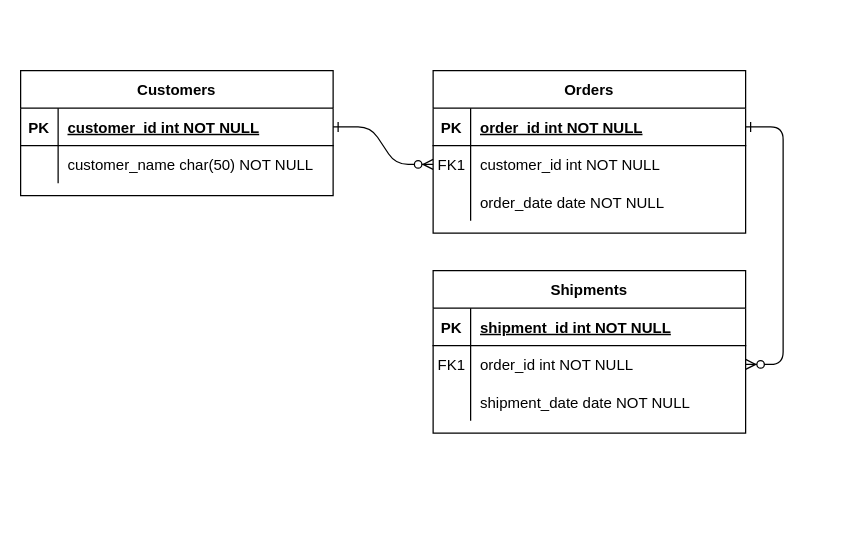
Earlier version of the draw.io diagram Movie Watchlist/Movies.drawio (shivkumar98/Shivs-Coding-Blog). Source tidied: cells renumbered, new cells numbered last; positions are measured from the earlier drawing's top-left corner, leaving out a move shared by most shapes. Both pictures are drawn from the tidied source at 125%, with x=0, y=0 at pixel (20, 70).
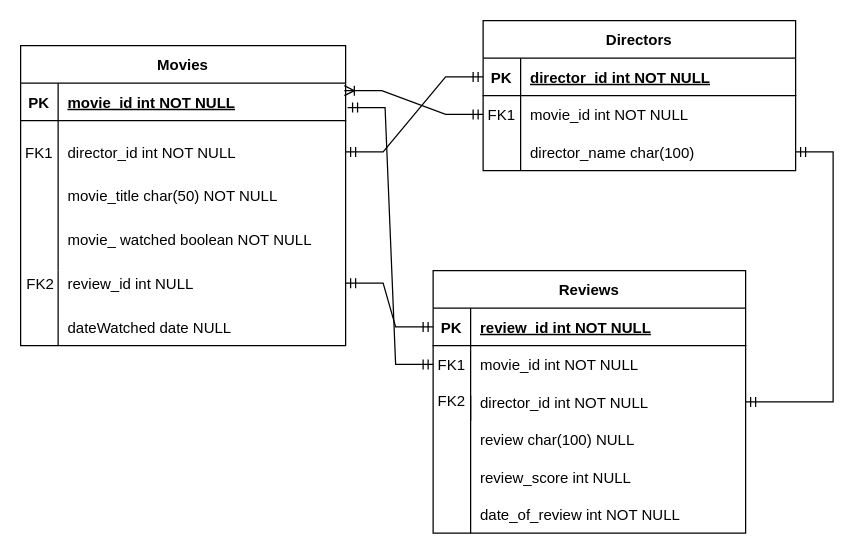
The same page after the edit.

Unchanged cells that the change refers to:
```xml
<mxCell id="5" style="shape=partialRectangle;fillColor=none;points=[[0,0.5],[1,0.5]];portConstraint=eastwest;top=0;left=0;right=0;bottom=1;" parent="4" vertex="1">
  <mxGeometry y="30" width="250" height="30" as="geometry" />
</mxCell>
<mxCell id="8" style="shape=partialRectangle;fillColor=none;points=[[0,0.5],[1,0.5]];portConstraint=eastwest;top=0;left=0;right=0;bottom=0;" parent="4" vertex="1">
  <mxGeometry y="60" width="250" height="30" as="geometry" />
</mxCell>
<mxCell id="11" style="shape=partialRectangle;fillColor=none;points=[[0,0.5],[1,0.5]];portConstraint=eastwest;top=0;left=0;right=0;bottom=0;" parent="4" vertex="1">
  <mxGeometry y="90" width="250" height="30" as="geometry" />
</mxCell>
<mxCell id="15" style="shape=partialRectangle;fillColor=none;points=[[0,0.5],[1,0.5]];portConstraint=eastwest;top=0;left=0;right=0;bottom=1;" parent="14" vertex="1">
  <mxGeometry y="30" width="250" height="30" as="geometry" />
</mxCell>
<mxCell id="18" style="shape=partialRectangle;fillColor=none;points=[[0,0.5],[1,0.5]];portConstraint=eastwest;top=0;left=0;right=0;bottom=0;" parent="14" vertex="1">
  <mxGeometry y="60" width="250" height="30" as="geometry" />
</mxCell>
<mxCell id="21" style="shape=partialRectangle;fillColor=none;points=[[0,0.5],[1,0.5]];portConstraint=eastwest;top=0;left=0;right=0;bottom=0;" parent="14" vertex="1">
  <mxGeometry y="90" width="250" height="30" as="geometry" />
</mxCell>
```

Change to the diagram source:
```diff
@@
-    <mxCell id="2" style="edgeStyle=entityRelationEdgeStyle;endArrow=ERzeroToMany;startArrow=ERone;endFill=1;startFill=0;" parent="1" edge="1" source="25" target="8">
-      <mxGeometry relative="1" as="geometry" />
-    </mxCell>
-    <mxCell id="3" style="edgeStyle=entityRelationEdgeStyle;endArrow=ERzeroToMany;startArrow=ERone;endFill=1;startFill=0;" parent="1" edge="1" source="5" target="18">
-      <mxGeometry relative="1" as="geometry" />
-    </mxCell>
-    <mxCell id="4" value="Orders" style="shape=table;startSize=30;childLayout=tableLayout;rowLines=0;fontStyle=1;align=center;" parent="1" vertex="1">
-      <mxGeometry x="330" width="250" height="130" as="geometry" />
+    <mxCell id="4" value="Directors" style="shape=table;startSize=30;childLayout=tableLayout;rowLines=0;fontStyle=1;align=center;" parent="1" vertex="1">
+      <mxGeometry x="370" y="-40" width="250" height="120" as="geometry" />
     </mxCell>
@@
-    <mxCell id="7" value="order_id int NOT NULL " style="shape=partialRectangle;overflow=hidden;fillColor=none;top=0;left=0;bottom=0;right=0;align=left;spacingLeft=6;fontStyle=5;" parent="5" vertex="1">
+    <mxCell id="7" value="director_id int NOT NULL " style="shape=partialRectangle;overflow=hidden;fillColor=none;top=0;left=0;bottom=0;right=0;align=left;spacingLeft=6;fontStyle=5;" parent="5" vertex="1">
       <mxGeometry x="30" width="220" height="30" as="geometry" />
     </mxCell>
@@
-    <mxCell id="10" value="customer_id int NOT NULL" style="shape=partialRectangle;overflow=hidden;fillColor=none;top=0;left=0;bottom=0;right=0;align=left;spacingLeft=6;" parent="8" vertex="1">
+    <mxCell id="10" value="movie_id int NOT NULL" style="shape=partialRectangle;overflow=hidden;fillColor=none;top=0;left=0;bottom=0;right=0;align=left;spacingLeft=6;" parent="8" vertex="1">
       <mxGeometry x="30" width="220" height="30" as="geometry" />
     </mxCell>
@@
-    <mxCell id="13" value="order_date date NOT NULL" style="shape=partialRectangle;overflow=hidden;fillColor=none;top=0;left=0;bottom=0;right=0;align=left;spacingLeft=6;" parent="11" vertex="1">
+    <mxCell id="13" value="director_name char(100)" style="shape=partialRectangle;overflow=hidden;fillColor=none;top=0;left=0;bottom=0;right=0;align=left;spacingLeft=6;" parent="11" vertex="1">
       <mxGeometry x="30" width="220" height="30" as="geometry" />
     </mxCell>
-    <mxCell id="14" value="Shipments" style="shape=table;startSize=30;childLayout=tableLayout;rowLines=0;fontStyle=1;align=center;" parent="1" vertex="1">
-      <mxGeometry x="330" y="160" width="250" height="130" as="geometry" />
+    <mxCell id="14" value="Reviews" style="shape=table;startSize=30;childLayout=tableLayout;rowLines=0;fontStyle=1;align=center;" parent="1" vertex="1">
+      <mxGeometry x="330" y="160" width="250" height="210" as="geometry" />
     </mxCell>
@@
-    <mxCell id="17" value="shipment_id int NOT NULL " style="shape=partialRectangle;overflow=hidden;fillColor=none;top=0;left=0;bottom=0;right=0;align=left;spacingLeft=6;fontStyle=5;" parent="15" vertex="1">
+    <mxCell id="17" value="review_id int NOT NULL" style="shape=partialRectangle;overflow=hidden;fillColor=none;top=0;left=0;bottom=0;right=0;align=left;spacingLeft=6;fontStyle=5;" parent="15" vertex="1">
       <mxGeometry x="30" width="220" height="30" as="geometry" />
     </mxCell>
@@
-    <mxCell id="20" value="order_id int NOT NULL" style="shape=partialRectangle;overflow=hidden;fillColor=none;top=0;left=0;bottom=0;right=0;align=left;spacingLeft=6;" parent="18" vertex="1">
+    <mxCell id="20" value="movie_id int NOT NULL" style="shape=partialRectangle;overflow=hidden;fillColor=none;top=0;left=0;bottom=0;right=0;align=left;spacingLeft=6;" parent="18" vertex="1">
       <mxGeometry x="30" width="220" height="30" as="geometry" />
     </mxCell>
@@
-    <mxCell id="23" value="shipment_date date NOT NULL" style="shape=partialRectangle;overflow=hidden;fillColor=none;top=0;left=0;bottom=0;right=0;align=left;spacingLeft=6;" parent="21" vertex="1">
+    <mxCell id="23" value="director_id int NOT NULL" style="shape=partialRectangle;overflow=hidden;fillColor=none;top=0;left=0;bottom=0;right=0;align=left;spacingLeft=6;" parent="21" vertex="1">
       <mxGeometry x="30" width="220" height="30" as="geometry" />
     </mxCell>
-    <mxCell id="24" value="Customers" style="shape=table;startSize=30;childLayout=tableLayout;rowLines=0;fontStyle=1;align=center;" parent="1" vertex="1">
-      <mxGeometry width="250" height="100" as="geometry" />
+    <mxCell id="24" value="Movies " style="shape=table;startSize=30;childLayout=tableLayout;rowLines=0;fontStyle=1;align=center;" parent="1" vertex="1">
+      <mxGeometry y="-20" width="260" height="240" as="geometry" />
     </mxCell>
     <mxCell id="25" style="shape=partialRectangle;fillColor=none;points=[[0,0.5],[1,0.5]];portConstraint=eastwest;top=0;left=0;right=0;bottom=1;" parent="24" vertex="1">
-      <mxGeometry y="30" width="250" height="30" as="geometry" />
+      <mxGeometry y="30" width="260" height="30" as="geometry" />
     </mxCell>
@@
-    <mxCell id="27" value="customer_id int NOT NULL " style="shape=partialRectangle;overflow=hidden;fillColor=none;top=0;left=0;bottom=0;right=0;align=left;spacingLeft=6;fontStyle=5;" parent="25" vertex="1">
-      <mxGeometry x="30" width="220" height="30" as="geometry" />
+    <mxCell id="27" value="movie_id int NOT NULL " style="shape=partialRectangle;overflow=hidden;fillColor=none;top=0;left=0;bottom=0;right=0;align=left;spacingLeft=6;fontStyle=5;" parent="25" vertex="1">
+      <mxGeometry x="30" width="230" height="30" as="geometry" />
     </mxCell>
     <mxCell id="28" style="shape=partialRectangle;fillColor=none;top=0;left=0;right=0;bottom=0;" parent="24" vertex="1">
-      <mxGeometry y="60" width="250" height="30" as="geometry" />
+      <mxGeometry y="60" width="260" height="120" as="geometry" />
     </mxCell>
     <mxCell id="29" style="shape=partialRectangle;overflow=hidden;fillColor=none;top=0;left=0;bottom=0;right=0;" parent="28" vertex="1">
-      <mxGeometry width="30" height="30" as="geometry" />
+      <mxGeometry width="30" height="120" as="geometry" />
     </mxCell>
-    <mxCell id="30" value="customer_name char(50) NOT NULL" style="shape=partialRectangle;overflow=hidden;fillColor=none;top=0;left=0;bottom=0;right=0;align=left;spacingLeft=6;" parent="28" vertex="1">
-      <mxGeometry x="30" width="220" height="30" as="geometry" />
+    <mxCell id="30" value="movie_title char(50) NOT NULL" style="shape=partialRectangle;overflow=hidden;fillColor=none;top=0;left=0;bottom=0;right=0;align=left;spacingLeft=6;" parent="28" vertex="1">
+      <mxGeometry x="30" width="230" height="120" as="geometry" />
     </mxCell>
+    <mxCell id="31" style="shape=partialRectangle;fillColor=none;points=[[0,0.5],[1,0.5]];portConstraint=eastwest;top=0;left=0;right=0;bottom=0;" parent="1" vertex="1">
+      <mxGeometry y="55" width="260" height="20" as="geometry" />
+    </mxCell>
+    <mxCell id="32" style="shape=partialRectangle;overflow=hidden;fillColor=none;top=0;left=0;bottom=0;right=0;" parent="31" vertex="1">
+      <mxGeometry width="30" height="20" as="geometry" />
+    </mxCell>
+    <mxCell id="33" value="director_id int NOT NULL" style="shape=partialRectangle;overflow=hidden;fillColor=none;top=0;left=0;bottom=0;right=0;align=left;spacingLeft=6;" parent="31" vertex="1">
+      <mxGeometry x="30" width="230" height="20" as="geometry" />
+    </mxCell>
+    <mxCell id="34" style="shape=partialRectangle;fillColor=none;points=[[0,0.5],[1,0.5]];portConstraint=eastwest;top=0;left=0;right=0;bottom=0;" parent="1" vertex="1">
+      <mxGeometry y="150" width="260" height="40" as="geometry" />
+    </mxCell>
+    <mxCell id="35" style="shape=partialRectangle;overflow=hidden;fillColor=none;top=0;left=0;bottom=0;right=0;" parent="34" vertex="1">
+      <mxGeometry width="30" height="40" as="geometry" />
+    </mxCell>
+    <mxCell id="36" value="review_id int NULL" style="shape=partialRectangle;overflow=hidden;fillColor=none;top=0;left=0;bottom=0;right=0;align=left;spacingLeft=6;" parent="34" vertex="1">
+      <mxGeometry x="30" width="230" height="40" as="geometry" />
+    </mxCell>
+    <mxCell id="37" value="movie_ watched boolean NOT NULL" style="shape=partialRectangle;overflow=hidden;fillColor=none;top=0;left=0;bottom=0;right=0;align=left;spacingLeft=6;" parent="1" vertex="1">
+      <mxGeometry x="30" y="115" width="230" height="40" as="geometry" />
+    </mxCell>
+    <mxCell id="38" value="dateWatched date NULL" style="shape=partialRectangle;overflow=hidden;fillColor=none;top=0;left=0;bottom=0;right=0;align=left;spacingLeft=6;" parent="1" vertex="1">
+      <mxGeometry x="30" y="185" width="230" height="40" as="geometry" />
+    </mxCell>
+    <mxCell id="39" value="FK1" style="shape=partialRectangle;overflow=hidden;fillColor=none;top=0;left=0;bottom=0;right=0;fontStyle=0;" parent="1" vertex="1">
+      <mxGeometry y="50" width="30" height="30" as="geometry" />
+    </mxCell>
+    <mxCell id="40" value="FK2" style="shape=partialRectangle;overflow=hidden;fillColor=none;top=0;left=0;bottom=0;right=0;fontStyle=0;" parent="1" vertex="1">
+      <mxGeometry x="1" y="155" width="30" height="30" as="geometry" />
+    </mxCell>
+    <mxCell id="41" style="endArrow=none;html=1;rounded=0;" parent="1" edge="1">
+      <mxGeometry relative="1" as="geometry">
+        <mxPoint x="30" y="220" as="sourcePoint" />
+        <mxPoint x="30" y="160" as="targetPoint" />
+      </mxGeometry>
+    </mxCell>
+    <mxCell id="42" style="edgeStyle=entityRelationEdgeStyle;fontSize=12;html=1;endArrow=ERmandOne;startArrow=ERmandOne;rounded=0;entryX=0;entryY=0.5;entryDx=0;entryDy=0;exitX=1;exitY=0.5;exitDx=0;exitDy=0;" parent="1" edge="1" source="31" target="5">
+      <mxGeometry relative="1" as="geometry" />
+    </mxCell>
+    <mxCell id="43" style="edgeStyle=entityRelationEdgeStyle;fontSize=12;html=1;endArrow=ERoneToMany;startArrow=ERmandOne;rounded=0;entryX=0.996;entryY=0.2;entryDx=0;entryDy=0;exitX=0;exitY=0.5;exitDx=0;exitDy=0;entryPerimeter=0;" parent="1" edge="1" source="8" target="25">
+      <mxGeometry relative="1" as="geometry" />
+    </mxCell>
+    <mxCell id="44" style="edgeStyle=entityRelationEdgeStyle;fontSize=12;html=1;endArrow=ERmandOne;startArrow=ERmandOne;rounded=0;entryX=0;entryY=0.5;entryDx=0;entryDy=0;exitX=1;exitY=0.5;exitDx=0;exitDy=0;" parent="1" edge="1" source="34" target="15">
+      <mxGeometry relative="1" as="geometry" />
+    </mxCell>
+    <mxCell id="45" style="edgeStyle=entityRelationEdgeStyle;fontSize=12;html=1;endArrow=ERmandOne;startArrow=ERmandOne;rounded=0;entryX=0;entryY=0.5;entryDx=0;entryDy=0;exitX=1.006;exitY=0.652;exitDx=0;exitDy=0;exitPerimeter=0;" parent="1" edge="1" source="25" target="18">
+      <mxGeometry relative="1" as="geometry" />
+    </mxCell>
+    <mxCell id="46" value="FK2&#10;" style="shape=partialRectangle;overflow=hidden;fillColor=none;top=0;left=0;bottom=0;right=0;" parent="1" vertex="1">
+      <mxGeometry x="330" y="256" width="30" height="30" as="geometry" />
+    </mxCell>
+    <mxCell id="47" style="edgeStyle=entityRelationEdgeStyle;fontSize=12;html=1;endArrow=ERmandOne;startArrow=ERmandOne;rounded=0;jumpStyle=gap;" parent="1" edge="1" source="21" target="11">
+      <mxGeometry relative="1" as="geometry" />
+    </mxCell>
+    <mxCell id="48" value="review char(100) NULL" style="shape=partialRectangle;overflow=hidden;fillColor=none;top=0;left=0;bottom=0;right=0;align=left;spacingLeft=6;" parent="1" vertex="1">
+      <mxGeometry x="360" y="280" width="220" height="30" as="geometry" />
+    </mxCell>
+    <mxCell id="49" style="endArrow=none;html=1;rounded=0;jumpStyle=gap;" parent="1" edge="1">
+      <mxGeometry relative="1" as="geometry">
+        <mxPoint x="360" y="370" as="sourcePoint" />
+        <mxPoint x="360" y="260" as="targetPoint" />
+      </mxGeometry>
+    </mxCell>
+    <mxCell id="50" value="review_score int NULL" style="shape=partialRectangle;overflow=hidden;fillColor=none;top=0;left=0;bottom=0;right=0;align=left;spacingLeft=6;" parent="1" vertex="1">
+      <mxGeometry x="360" y="310" width="220" height="30" as="geometry" />
+    </mxCell>
+    <mxCell id="51" value="date_of_review int NOT NULL" style="shape=partialRectangle;overflow=hidden;fillColor=none;top=0;left=0;bottom=0;right=0;align=left;spacingLeft=6;" parent="1" vertex="1">
+      <mxGeometry x="360" y="340" width="220" height="30" as="geometry" />
+    </mxCell>
```
